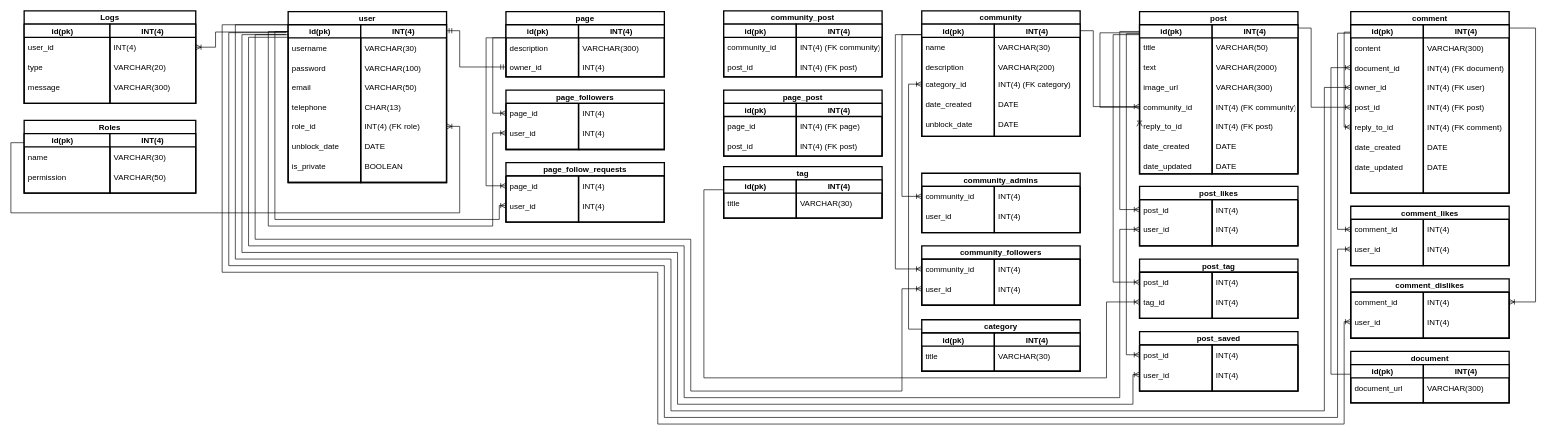
Before: db_scheme.drawio in arkanarian/PostgreSQL-Labs, a draw.io diagram. Source tidied: cells renumbered, new cells numbered last; positions are measured from the earlier drawing's top-left corner, leaving out a move shared by most shapes. Both pictures are drawn from the tidied source at 66%, with x=0, y=0 at pixel (11, 11).
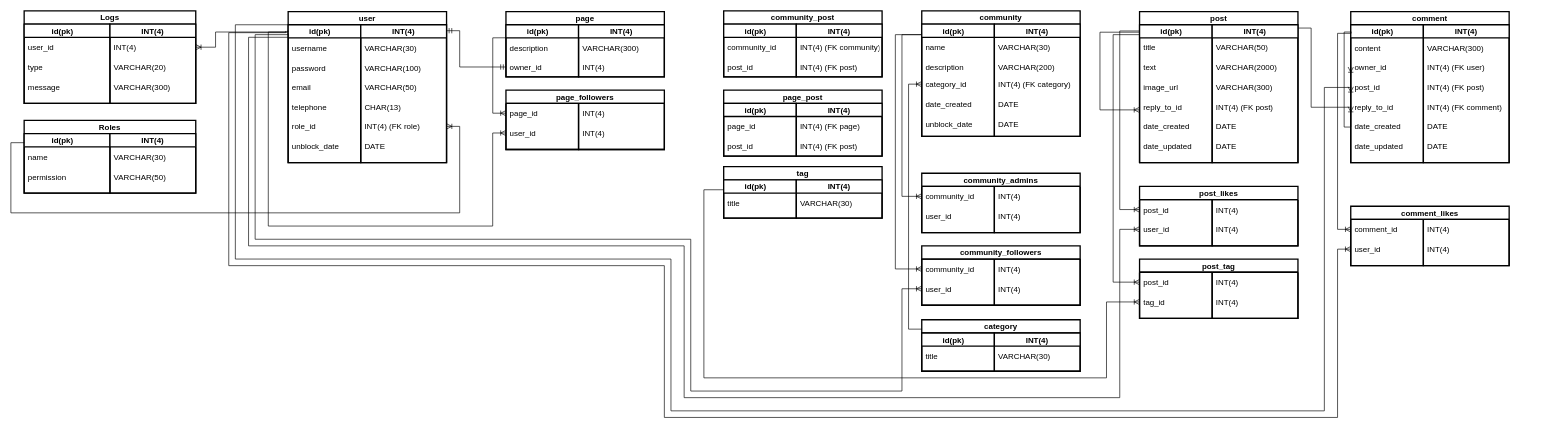
After the change.

Unchanged cells that the change refers to:
```xml
<mxCell id="36" value="id(pk)    " style="swimlane;startSize=20;rounded=0;glass=0;strokeWidth=2;" parent="35" vertex="1">
  <mxGeometry y="20" width="110" height="79" as="geometry" />
</mxCell>
<mxCell id="52" value="INT(4)" style="swimlane;startSize=20;rounded=0;glass=0;strokeWidth=2;" parent="49" vertex="1">
  <mxGeometry x="110" y="20" width="130" height="170" as="geometry" />
</mxCell>
```

Change to the diagram source:
```diff
@@
     <mxCell id="18" value="user" style="swimlane;startSize=20;rounded=0;glass=0;strokeWidth=2;" parent="1" vertex="1">
-      <mxGeometry x="420.1" y="1" width="240" height="259" as="geometry" />
+      <mxGeometry x="420.1" y="1" width="240" height="229" as="geometry" />
     </mxCell>
     <mxCell id="19" value="id(pk)    " style="swimlane;startSize=20;rounded=0;glass=0;strokeWidth=2;" parent="18" vertex="1">
-      <mxGeometry y="20" width="110" height="239" as="geometry" />
+      <mxGeometry y="20" width="110" height="209" as="geometry" />
     </mxCell>
@@
     <mxCell id="24" value="INT(4)" style="swimlane;startSize=20;rounded=0;glass=0;strokeWidth=2;" parent="18" vertex="1">
-      <mxGeometry x="110" y="20" width="130" height="239" as="geometry" />
+      <mxGeometry x="110" y="20" width="130" height="209" as="geometry" />
     </mxCell>
@@
-    <mxCell id="31" value="is_private" style="text;strokeColor=none;fillColor=none;align=left;verticalAlign=middle;spacingLeft=4;spacingRight=4;overflow=hidden;rounded=0;glass=0;strokeWidth=2;" parent="24" vertex="1">
-      <mxGeometry x="-110" y="199" width="110" height="30" as="geometry" />
-    </mxCell>
-    <mxCell id="32" value="BOOLEAN" style="text;strokeColor=none;fillColor=none;align=left;verticalAlign=middle;spacingLeft=4;spacingRight=4;overflow=hidden;rounded=0;glass=0;strokeWidth=2;" parent="24" vertex="1">
-      <mxGeometry y="199" width="130" height="30" as="geometry" />
-    </mxCell>
@@
     <mxCell id="76" value="post" style="swimlane;startSize=20;rounded=0;glass=0;strokeWidth=2;" parent="1" vertex="1">
-      <mxGeometry x="1710.1" y="1" width="240" height="246" as="geometry" />
+      <mxGeometry x="1710.1" y="1" width="240" height="229" as="geometry" />
     </mxCell>
     <mxCell id="77" value="id(pk)    " style="swimlane;startSize=20;rounded=0;glass=0;strokeWidth=2;" parent="76" vertex="1">
-      <mxGeometry y="20" width="110" height="226" as="geometry" />
+      <mxGeometry y="20" width="110" height="209" as="geometry" />
     </mxCell>
@@
-    <mxCell id="80" value="community_id" style="text;strokeColor=none;fillColor=none;align=left;verticalAlign=middle;spacingLeft=4;spacingRight=4;overflow=hidden;points=[[0,0.5],[1,0.5]];portConstraint=eastwest;rounded=0;glass=0;strokeWidth=2;" parent="77" vertex="1">
-      <mxGeometry y="109" width="110" height="30" as="geometry" />
-    </mxCell>
     <mxCell id="81" value="INT(4)" style="swimlane;startSize=20;rounded=0;glass=0;strokeWidth=2;" parent="76" vertex="1">
-      <mxGeometry x="110" y="20" width="130" height="226" as="geometry" />
+      <mxGeometry x="110" y="20" width="130" height="209" as="geometry" />
     </mxCell>
@@
-    <mxCell id="84" value="INT(4) (FK community)" style="text;strokeColor=none;fillColor=none;align=left;verticalAlign=middle;spacingLeft=4;spacingRight=4;overflow=hidden;rounded=0;glass=0;strokeWidth=2;" parent="81" vertex="1">
-      <mxGeometry y="109" width="130" height="30" as="geometry" />
-    </mxCell>
     <mxCell id="85" value="reply_to_id" style="text;strokeColor=none;fillColor=none;align=left;verticalAlign=middle;spacingLeft=4;spacingRight=4;overflow=hidden;points=[[0,0.5],[1,0.5]];portConstraint=eastwest;rounded=0;glass=0;strokeWidth=2;" parent="81" vertex="1">
-      <mxGeometry x="-110" y="139" width="110" height="30" as="geometry" />
+      <mxGeometry x="-110" y="109" width="110" height="30" as="geometry" />
     </mxCell>
     <mxCell id="86" value="INT(4) (FK post)" style="text;strokeColor=none;fillColor=none;align=left;verticalAlign=middle;spacingLeft=4;spacingRight=4;overflow=hidden;rounded=0;glass=0;strokeWidth=2;" parent="81" vertex="1">
-      <mxGeometry y="139" width="130" height="30" as="geometry" />
+      <mxGeometry y="109" width="130" height="30" as="geometry" />
     </mxCell>
     <mxCell id="87" value="date_created" style="text;strokeColor=none;fillColor=none;align=left;verticalAlign=middle;spacingLeft=4;spacingRight=4;overflow=hidden;rounded=0;glass=0;strokeWidth=2;" parent="81" vertex="1">
-      <mxGeometry x="-110" y="169" width="110" height="30" as="geometry" />
+      <mxGeometry x="-110" y="139" width="110" height="30" as="geometry" />
     </mxCell>
     <mxCell id="88" value="DATE" style="text;strokeColor=none;fillColor=none;align=left;verticalAlign=middle;spacingLeft=4;spacingRight=4;overflow=hidden;rounded=0;glass=0;strokeWidth=2;" parent="81" vertex="1">
-      <mxGeometry y="169" width="130" height="30" as="geometry" />
+      <mxGeometry y="139" width="130" height="30" as="geometry" />
     </mxCell>
     <mxCell id="89" value="date_updated" style="text;strokeColor=none;fillColor=none;align=left;verticalAlign=middle;spacingLeft=4;spacingRight=4;overflow=hidden;rounded=0;glass=0;strokeWidth=2;" parent="81" vertex="1">
-      <mxGeometry x="-110" y="199" width="110" height="30" as="geometry" />
+      <mxGeometry x="-110" y="169" width="110" height="30" as="geometry" />
     </mxCell>
     <mxCell id="90" value="DATE" style="text;strokeColor=none;fillColor=none;align=left;verticalAlign=middle;spacingLeft=4;spacingRight=4;overflow=hidden;rounded=0;glass=0;strokeWidth=2;" parent="81" vertex="1">
-      <mxGeometry y="199" width="130" height="30" as="geometry" />
+      <mxGeometry y="169" width="130" height="30" as="geometry" />
     </mxCell>
@@
-    <mxCell id="93" style="edgeStyle=orthogonalEdgeStyle;rounded=0;jettySize=auto;html=1;exitX=0;exitY=0.5;exitDx=0;exitDy=0;entryX=-0.002;entryY=0.054;entryDx=0;entryDy=0;entryPerimeter=0;strokeWidth=1;endArrow=none;endFill=0;startArrow=ERoneToMany;startFill=0;" parent="76" edge="1" source="85" target="77">
+    <mxCell id="93" style="edgeStyle=orthogonalEdgeStyle;rounded=0;jettySize=auto;html=1;entryX=-0.002;entryY=0.054;entryDx=0;entryDy=0;entryPerimeter=0;strokeWidth=1;endArrow=none;endFill=0;startArrow=ERoneToMany;startFill=0;" parent="76" edge="1" target="77">
       <mxGeometry relative="1" as="geometry">
+        <mxPoint x="-0.1" y="149" as="sourcePoint" />
         <Array as="points">
-          <mxPoint y="145" />
-          <mxPoint x="-60" y="145" />
-          <mxPoint x="-60" y="32" />
+          <mxPoint y="149" />
+          <mxPoint x="-60" y="149" />
+          <mxPoint x="-60" y="31" />
         </Array>
       </mxGeometry>
     </mxCell>
@@
-    <mxCell id="108" value="post_saved" style="swimlane;startSize=20;rounded=0;glass=0;strokeWidth=2;" parent="1" vertex="1">
-      <mxGeometry x="1710.1" y="486" width="240" height="90" as="geometry" />
-    </mxCell>
-    <mxCell id="109" style="swimlane;startSize=0;rounded=0;glass=0;strokeWidth=2;" parent="108" vertex="1">
-      <mxGeometry y="20" width="110" height="70" as="geometry" />
-    </mxCell>
-    <mxCell id="110" value="post_id" style="text;strokeColor=none;fillColor=none;align=left;verticalAlign=middle;spacingLeft=4;spacingRight=4;overflow=hidden;points=[[0,0.5],[1,0.5]];portConstraint=eastwest;rounded=0;glass=0;strokeWidth=2;" parent="109" vertex="1">
-      <mxGeometry width="110" height="30" as="geometry" />
-    </mxCell>
-    <mxCell id="111" value="user_id" style="text;strokeColor=none;fillColor=none;align=left;verticalAlign=middle;spacingLeft=4;spacingRight=4;overflow=hidden;points=[[0,0.5],[1,0.5]];portConstraint=eastwest;rounded=0;glass=0;strokeWidth=2;" parent="109" vertex="1">
-      <mxGeometry y="30" width="110" height="30" as="geometry" />
-    </mxCell>
-    <mxCell id="112" style="swimlane;startSize=0;rounded=0;glass=0;strokeWidth=2;" parent="108" vertex="1">
-      <mxGeometry x="110" y="20" width="130" height="70" as="geometry" />
-    </mxCell>
-    <mxCell id="113" value="INT(4)" style="text;strokeColor=none;fillColor=none;align=left;verticalAlign=middle;spacingLeft=4;spacingRight=4;overflow=hidden;rounded=0;glass=0;strokeWidth=2;" parent="112" vertex="1">
-      <mxGeometry width="130" height="30" as="geometry" />
-    </mxCell>
-    <mxCell id="114" value="INT(4)" style="text;strokeColor=none;fillColor=none;align=left;verticalAlign=middle;spacingLeft=4;spacingRight=4;overflow=hidden;rounded=0;glass=0;strokeWidth=2;" parent="112" vertex="1">
-      <mxGeometry y="30" width="130" height="30" as="geometry" />
-    </mxCell>
-    <mxCell id="115" value="page_follow_requests" style="swimlane;startSize=20;rounded=0;glass=0;strokeWidth=2;" parent="1" vertex="1">
-      <mxGeometry x="750.1" y="230" width="240" height="90" as="geometry" />
-    </mxCell>
-    <mxCell id="116" style="swimlane;startSize=0;rounded=0;glass=0;strokeWidth=2;" parent="115" vertex="1">
-      <mxGeometry y="20" width="110" height="70" as="geometry" />
-    </mxCell>
-    <mxCell id="117" value="page_id" style="text;strokeColor=none;fillColor=none;align=left;verticalAlign=middle;spacingLeft=4;spacingRight=4;overflow=hidden;points=[[0,0.5],[1,0.5]];portConstraint=eastwest;rounded=0;glass=0;strokeWidth=2;" parent="116" vertex="1">
-      <mxGeometry width="110" height="30" as="geometry" />
-    </mxCell>
-    <mxCell id="118" value="user_id" style="text;strokeColor=none;fillColor=none;align=left;verticalAlign=middle;spacingLeft=4;spacingRight=4;overflow=hidden;points=[[0,0.5],[1,0.5]];portConstraint=eastwest;rounded=0;glass=0;strokeWidth=2;" parent="116" vertex="1">
-      <mxGeometry y="30" width="110" height="30" as="geometry" />
-    </mxCell>
-    <mxCell id="119" style="swimlane;startSize=0;rounded=0;glass=0;strokeWidth=2;" parent="115" vertex="1">
-      <mxGeometry x="110" y="20" width="130" height="70" as="geometry" />
-    </mxCell>
-    <mxCell id="120" value="INT(4)" style="text;strokeColor=none;fillColor=none;align=left;verticalAlign=middle;spacingLeft=4;spacingRight=4;overflow=hidden;rounded=0;glass=0;strokeWidth=2;" parent="119" vertex="1">
-      <mxGeometry width="130" height="30" as="geometry" />
-    </mxCell>
-    <mxCell id="121" value="INT(4)" style="text;strokeColor=none;fillColor=none;align=left;verticalAlign=middle;spacingLeft=4;spacingRight=4;overflow=hidden;rounded=0;glass=0;strokeWidth=2;" parent="119" vertex="1">
-      <mxGeometry y="30" width="130" height="30" as="geometry" />
-    </mxCell>
     <mxCell id="122" value="comment" style="swimlane;startSize=20;rounded=0;glass=0;strokeWidth=2;" parent="1" vertex="1">
-      <mxGeometry x="2030.1" y="1" width="240" height="275" as="geometry" />
+      <mxGeometry x="2030.1" y="1" width="240" height="229" as="geometry" />
     </mxCell>
     <mxCell id="123" value="id(pk)    " style="swimlane;startSize=20;rounded=0;glass=0;strokeWidth=2;" parent="122" vertex="1">
-      <mxGeometry y="20" width="110" height="255" as="geometry" />
+      <mxGeometry y="20" width="110" height="209" as="geometry" />
     </mxCell>
@@
-    <mxCell id="125" value="document_id" style="text;strokeColor=none;fillColor=none;align=left;verticalAlign=middle;spacingLeft=4;spacingRight=4;overflow=hidden;points=[[0,0.5],[1,0.5]];portConstraint=eastwest;rounded=0;glass=0;strokeWidth=2;" parent="123" vertex="1">
-      <mxGeometry y="50" width="110" height="30" as="geometry" />
-    </mxCell>
     <mxCell id="126" value="owner_id" style="text;strokeColor=none;fillColor=none;align=left;verticalAlign=middle;spacingLeft=4;spacingRight=4;overflow=hidden;points=[[0,0.5],[1,0.5]];portConstraint=eastwest;rounded=0;glass=0;strokeWidth=2;" parent="123" vertex="1">
-      <mxGeometry y="80" width="110" height="30" as="geometry" />
+      <mxGeometry y="49" width="110" height="30" as="geometry" />
     </mxCell>
     <mxCell id="127" value="INT(4)" style="swimlane;startSize=20;rounded=0;glass=0;strokeWidth=2;" parent="122" vertex="1">
-      <mxGeometry x="110" y="20" width="130" height="255" as="geometry" />
+      <mxGeometry x="110" y="20" width="130" height="209" as="geometry" />
     </mxCell>
@@
-    <mxCell id="129" value="INT(4) (FK document)" style="text;strokeColor=none;fillColor=none;align=left;verticalAlign=middle;spacingLeft=4;spacingRight=4;overflow=hidden;rounded=0;glass=0;strokeWidth=2;" parent="127" vertex="1">
-      <mxGeometry y="50" width="130" height="30" as="geometry" />
-    </mxCell>
     <mxCell id="130" value="INT(4) (FK user)" style="text;strokeColor=none;fillColor=none;align=left;verticalAlign=middle;spacingLeft=4;spacingRight=4;overflow=hidden;rounded=0;glass=0;strokeWidth=2;" parent="127" vertex="1">
-      <mxGeometry y="80" width="130" height="30" as="geometry" />
+      <mxGeometry y="49" width="130" height="30" as="geometry" />
     </mxCell>
     <mxCell id="131" value="post_id" style="text;strokeColor=none;fillColor=none;align=left;verticalAlign=middle;spacingLeft=4;spacingRight=4;overflow=hidden;points=[[0,0.5],[1,0.5]];portConstraint=eastwest;rounded=0;glass=0;strokeWidth=2;" parent="127" vertex="1">
-      <mxGeometry x="-110" y="110" width="110" height="30" as="geometry" />
+      <mxGeometry x="-110" y="79" width="110" height="30" as="geometry" />
     </mxCell>
     <mxCell id="132" value="INT(4) (FK post)" style="text;strokeColor=none;fillColor=none;align=left;verticalAlign=middle;spacingLeft=4;spacingRight=4;overflow=hidden;rounded=0;glass=0;strokeWidth=2;" parent="127" vertex="1">
-      <mxGeometry y="110" width="130" height="30" as="geometry" />
+      <mxGeometry y="79" width="130" height="30" as="geometry" />
     </mxCell>
     <mxCell id="133" value="reply_to_id" style="text;strokeColor=none;fillColor=none;align=left;verticalAlign=middle;spacingLeft=4;spacingRight=4;overflow=hidden;points=[[0,0.5],[1,0.5]];portConstraint=eastwest;rounded=0;glass=0;strokeWidth=2;" parent="127" vertex="1">
-      <mxGeometry x="-110" y="140" width="110" height="30" as="geometry" />
+      <mxGeometry x="-110" y="109" width="110" height="30" as="geometry" />
     </mxCell>
     <mxCell id="134" value="INT(4) (FK comment)" style="text;strokeColor=none;fillColor=none;align=left;verticalAlign=middle;spacingLeft=4;spacingRight=4;overflow=hidden;rounded=0;glass=0;strokeWidth=2;" parent="127" vertex="1">
-      <mxGeometry y="140" width="130" height="30" as="geometry" />
+      <mxGeometry y="109" width="130" height="30" as="geometry" />
     </mxCell>
     <mxCell id="135" value="date_created" style="text;strokeColor=none;fillColor=none;align=left;verticalAlign=middle;spacingLeft=4;spacingRight=4;overflow=hidden;rounded=0;glass=0;strokeWidth=2;" parent="127" vertex="1">
-      <mxGeometry x="-110" y="170" width="110" height="30" as="geometry" />
+      <mxGeometry x="-110" y="139" width="110" height="30" as="geometry" />
     </mxCell>
     <mxCell id="136" value="DATE" style="text;strokeColor=none;fillColor=none;align=left;verticalAlign=middle;spacingLeft=4;spacingRight=4;overflow=hidden;rounded=0;glass=0;strokeWidth=2;" parent="127" vertex="1">
-      <mxGeometry y="170" width="130" height="30" as="geometry" />
+      <mxGeometry y="139" width="130" height="30" as="geometry" />
     </mxCell>
     <mxCell id="137" value="date_updated" style="text;strokeColor=none;fillColor=none;align=left;verticalAlign=middle;spacingLeft=4;spacingRight=4;overflow=hidden;rounded=0;glass=0;strokeWidth=2;" parent="127" vertex="1">
-      <mxGeometry x="-110" y="200" width="110" height="30" as="geometry" />
+      <mxGeometry x="-110" y="169" width="110" height="30" as="geometry" />
     </mxCell>
     <mxCell id="138" value="DATE" style="text;strokeColor=none;fillColor=none;align=left;verticalAlign=middle;spacingLeft=4;spacingRight=4;overflow=hidden;rounded=0;glass=0;strokeWidth=2;" parent="127" vertex="1">
-      <mxGeometry y="200" width="130" height="30" as="geometry" />
+      <mxGeometry y="169" width="130" height="30" as="geometry" />
     </mxCell>
@@
-    <mxCell id="140" value="document" style="swimlane;startSize=20;rounded=0;glass=0;strokeWidth=2;" parent="1" vertex="1">
-      <mxGeometry x="2030.1" y="516" width="240" height="78" as="geometry" />
-    </mxCell>
-    <mxCell id="141" value="id(pk)    " style="swimlane;startSize=20;rounded=0;glass=0;strokeWidth=2;" parent="140" vertex="1">
-      <mxGeometry y="20" width="110" height="58" as="geometry" />
-    </mxCell>
-    <mxCell id="142" value="document_url" style="text;strokeColor=none;fillColor=none;align=left;verticalAlign=middle;spacingLeft=4;spacingRight=4;overflow=hidden;rounded=0;glass=0;strokeWidth=2;" parent="141" vertex="1">
-      <mxGeometry y="20" width="110" height="30" as="geometry" />
-    </mxCell>
-    <mxCell id="143" value="INT(4)" style="swimlane;startSize=20;rounded=0;glass=0;strokeWidth=2;" parent="140" vertex="1">
-      <mxGeometry x="110" y="20" width="130" height="58" as="geometry" />
-    </mxCell>
-    <mxCell id="144" value="VARCHAR(300)" style="text;strokeColor=none;fillColor=none;align=left;verticalAlign=middle;spacingLeft=4;spacingRight=4;overflow=hidden;rounded=0;glass=0;strokeWidth=2;" parent="143" vertex="1">
-      <mxGeometry y="20" width="130" height="30" as="geometry" />
-    </mxCell>
@@
-    <mxCell id="152" value="comment_dislikes" style="swimlane;startSize=20;rounded=0;glass=0;strokeWidth=2;" parent="1" vertex="1">
-      <mxGeometry x="2030.1" y="406" width="240" height="90" as="geometry" />
-    </mxCell>
-    <mxCell id="153" style="swimlane;startSize=0;rounded=0;glass=0;strokeWidth=2;" parent="152" vertex="1">
-      <mxGeometry y="20" width="110" height="70" as="geometry" />
-    </mxCell>
-    <mxCell id="154" value="comment_id" style="text;strokeColor=none;fillColor=none;align=left;verticalAlign=middle;spacingLeft=4;spacingRight=4;overflow=hidden;rounded=0;glass=0;strokeWidth=2;" parent="153" vertex="1">
-      <mxGeometry width="110" height="30" as="geometry" />
-    </mxCell>
-    <mxCell id="155" value="user_id" style="text;strokeColor=none;fillColor=none;align=left;verticalAlign=middle;spacingLeft=4;spacingRight=4;overflow=hidden;points=[[0,0.5],[1,0.5]];portConstraint=eastwest;rounded=0;glass=0;strokeWidth=2;" parent="153" vertex="1">
-      <mxGeometry y="30" width="110" height="30" as="geometry" />
-    </mxCell>
-    <mxCell id="156" style="swimlane;startSize=0;rounded=0;glass=0;strokeWidth=2;" parent="152" vertex="1">
-      <mxGeometry x="110" y="20" width="130" height="70" as="geometry" />
-    </mxCell>
-    <mxCell id="157" value="INT(4)" style="text;strokeColor=none;fillColor=none;align=left;verticalAlign=middle;spacingLeft=4;spacingRight=4;overflow=hidden;points=[[0,0.5],[1,0.5]];portConstraint=eastwest;rounded=0;glass=0;strokeWidth=2;" parent="156" vertex="1">
-      <mxGeometry width="130" height="30" as="geometry" />
-    </mxCell>
-    <mxCell id="158" value="INT(4)" style="text;strokeColor=none;fillColor=none;align=left;verticalAlign=middle;spacingLeft=4;spacingRight=4;overflow=hidden;rounded=0;glass=0;strokeWidth=2;" parent="156" vertex="1">
-      <mxGeometry y="30" width="130" height="30" as="geometry" />
-    </mxCell>
@@
-    <mxCell id="173" style="edgeStyle=orthogonalEdgeStyle;rounded=0;jettySize=auto;html=1;exitX=0;exitY=0.5;exitDx=0;exitDy=0;entryX=0;entryY=0.25;entryDx=0;entryDy=0;strokeWidth=1;endArrow=none;endFill=0;startArrow=ERoneToMany;startFill=0;" parent="1" edge="1" source="117" target="36">
-      <mxGeometry relative="1" as="geometry">
-        <Array as="points">
-          <mxPoint x="720" y="265" />
-          <mxPoint x="720" y="41" />
-        </Array>
-      </mxGeometry>
-    </mxCell>
-    <mxCell id="174" style="edgeStyle=orthogonalEdgeStyle;rounded=0;jettySize=auto;html=1;exitX=0;exitY=0.5;exitDx=0;exitDy=0;entryX=0.003;entryY=0.043;entryDx=0;entryDy=0;entryPerimeter=0;strokeWidth=1;endArrow=none;endFill=0;startArrow=ERoneToMany;startFill=0;" parent="1" edge="1" source="118" target="19">
-      <mxGeometry relative="1" as="geometry">
-        <Array as="points">
-          <mxPoint x="740" y="295" />
-          <mxPoint x="740" y="316" />
-          <mxPoint x="400" y="316" />
-          <mxPoint x="400" y="32" />
-        </Array>
-      </mxGeometry>
-    </mxCell>
@@
-    <mxCell id="180" style="edgeStyle=orthogonalEdgeStyle;rounded=0;jettySize=auto;html=1;exitX=0;exitY=0.5;exitDx=0;exitDy=0;entryX=0.996;entryY=0.059;entryDx=0;entryDy=0;entryPerimeter=0;strokeWidth=1;endArrow=none;endFill=0;startArrow=ERoneToMany;startFill=0;" parent="1" edge="1" source="80" target="52">
-      <mxGeometry relative="1" as="geometry">
-        <Array as="points">
-          <mxPoint x="1640" y="145" />
-          <mxPoint x="1640" y="30" />
-        </Array>
-      </mxGeometry>
-    </mxCell>
@@
-    <mxCell id="183" style="edgeStyle=orthogonalEdgeStyle;rounded=0;jettySize=auto;html=1;exitX=0;exitY=0.5;exitDx=0;exitDy=0;entryX=-0.003;entryY=0.06;entryDx=0;entryDy=0;entryPerimeter=0;strokeWidth=1;endArrow=none;endFill=0;startArrow=ERoneToMany;startFill=0;" parent="1" edge="1" source="110" target="77">
-      <mxGeometry relative="1" as="geometry" />
-    </mxCell>
@@
-    <mxCell id="185" style="edgeStyle=orthogonalEdgeStyle;rounded=0;jettySize=auto;html=1;exitX=0;exitY=0.5;exitDx=0;exitDy=0;strokeWidth=1;endArrow=none;endFill=0;startArrow=ERoneToMany;startFill=0;" parent="1" edge="1" source="111">
-      <mxGeometry relative="1" as="geometry">
-        <mxPoint x="416.7" y="36" as="targetPoint" />
-        <Array as="points">
-          <mxPoint x="1700.1" y="551" />
-          <mxPoint x="1700.1" y="596" />
-          <mxPoint x="1010.1" y="596" />
-          <mxPoint x="1010.1" y="366" />
-          <mxPoint x="350.1" y="366" />
-          <mxPoint x="350.1" y="36" />
-        </Array>
-      </mxGeometry>
-    </mxCell>
@@
-    <mxCell id="187" style="edgeStyle=orthogonalEdgeStyle;rounded=0;jettySize=auto;html=1;exitX=0;exitY=0.5;exitDx=0;exitDy=0;entryX=0;entryY=0.25;entryDx=0;entryDy=0;strokeWidth=1;endArrow=none;endFill=0;startArrow=ERoneToMany;startFill=0;" parent="1" edge="1" source="125" target="141">
-      <mxGeometry relative="1" as="geometry">
-        <Array as="points">
-          <mxPoint x="2000.1" y="86" />
-          <mxPoint x="2000.1" y="551" />
-        </Array>
-      </mxGeometry>
-    </mxCell>
@@
-    <mxCell id="192" style="edgeStyle=orthogonalEdgeStyle;rounded=0;jettySize=auto;html=1;exitX=0;exitY=0.5;exitDx=0;exitDy=0;entryX=0;entryY=0;entryDx=0;entryDy=0;strokeWidth=1;endArrow=none;endFill=0;startArrow=ERoneToMany;startFill=0;" parent="1" edge="1" source="155" target="19">
-      <mxGeometry relative="1" as="geometry">
-        <Array as="points">
-          <mxPoint x="2020.1" y="471" />
-          <mxPoint x="2020.1" y="626" />
-          <mxPoint x="980.1" y="626" />
-          <mxPoint x="980.1" y="396" />
-          <mxPoint x="320.1" y="396" />
-          <mxPoint x="320.1" y="21" />
-        </Array>
-      </mxGeometry>
-    </mxCell>
-    <mxCell id="193" style="edgeStyle=orthogonalEdgeStyle;rounded=0;jettySize=auto;html=1;exitX=1;exitY=0.5;exitDx=0;exitDy=0;strokeWidth=1;endArrow=none;endFill=0;startArrow=ERoneToMany;startFill=0;" parent="1" edge="1" source="157">
-      <mxGeometry relative="1" as="geometry">
-        <mxPoint x="2271.1" y="26" as="targetPoint" />
-        <Array as="points">
-          <mxPoint x="2310.1" y="441" />
-          <mxPoint x="2310.1" y="26" />
-        </Array>
-      </mxGeometry>
-    </mxCell>
```
